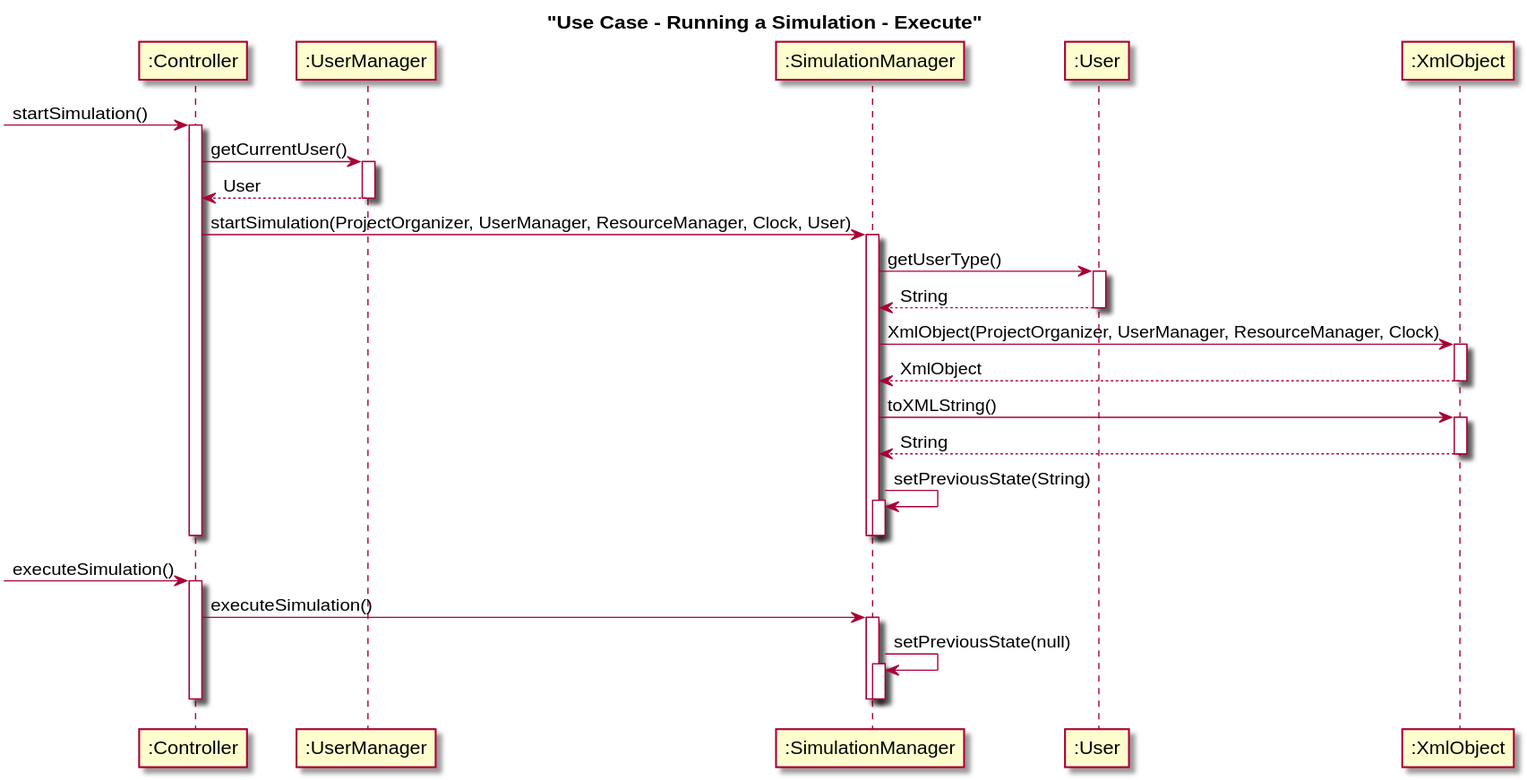
The PlantUML diagram diagrams/interaction_diagrams/UC 10a - Running a Simulation.svg in julienbenaouda/projectJJA, before a commit.
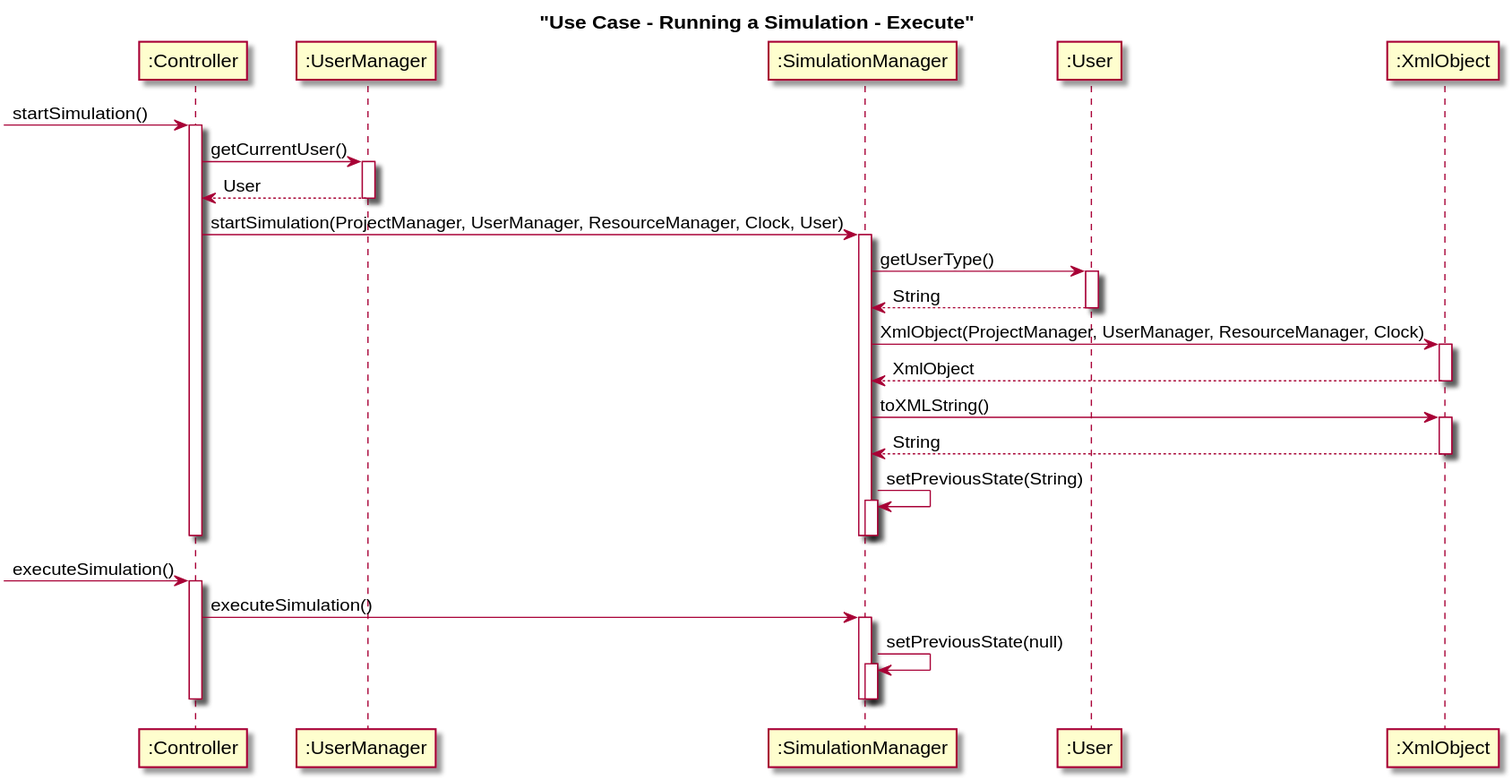
The same diagram one commit later.

The edit, as a diff of the source:
```diff
@@ -9,7 +9,7 @@
 ":Controller" <-- ":UserManager": User
 deactivate ":UserManager"
 
-":Controller" -> ":SimulationManager": startSimulation(ProjectOrganizer, UserManager, ResourceManager, Clock, User)
+":Controller" -> ":SimulationManager": startSimulation(ProjectManager, UserManager, ResourceManager, Clock, User)
 activate ":SimulationManager"
 
 ":SimulationManager" -> ":User": getUserType()
@@ -17,7 +17,7 @@
 ":SimulationManager" <-- ":User": String
 deactivate ":User"
 
-":SimulationManager" -> ":XmlObject": XmlObject(ProjectOrganizer, UserManager, ResourceManager, Clock)
+":SimulationManager" -> ":XmlObject": XmlObject(ProjectManager, UserManager, ResourceManager, Clock)
 activate ":XmlObject"
 ":SimulationManager" <-- ":XmlObject": XmlObject
 deactivate ":XmlObject"
```
